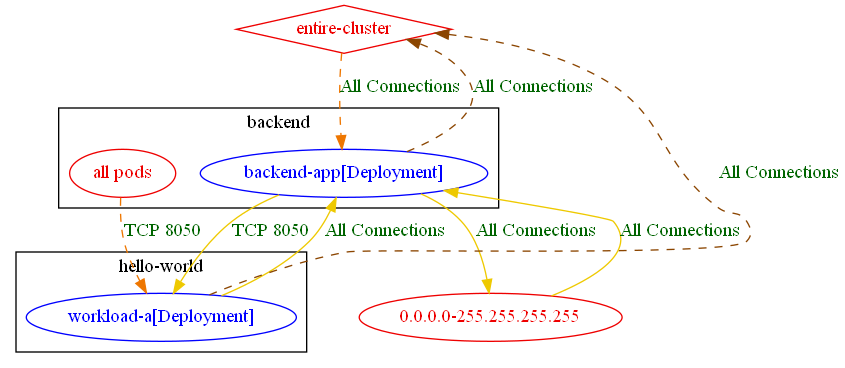
Earlier version of the Graphviz export test_outputs/connlist/exposure_test_conn_to_all_pods_in_an_existing_ns_exposure_output.dot.png (np-guard/netpol-analyzer). Its source is kept beside it as test_outputs/connlist/exposure_test_conn_to_all_pods_in_an_existing_ns_exposure_output.dot.
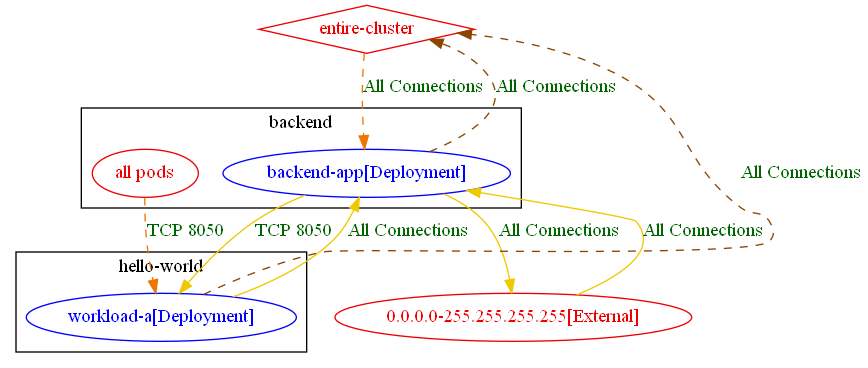
Above is the later version.

Diff of the diagram source:
```diff
@@ -12,11 +12,11 @@
 		"hello-world/workload-a[Deployment]" [label="workload-a[Deployment]" color="blue" fontcolor="blue"]
 		label="hello-world"
 	}
-	"0.0.0.0-255.255.255.255" [label="0.0.0.0-255.255.255.255" color="red2" fontcolor="red2"]
+	"0.0.0.0-255.255.255.255[External]" [label="0.0.0.0-255.255.255.255[External]" color="red2" fontcolor="red2"]
 	"entire-cluster" [label="entire-cluster" color="red2" fontcolor="red2" shape=diamond]
-	"0.0.0.0-255.255.255.255" -> "backend/backend-app[Deployment]" [label="All Connections" color="gold2" fontcolor="darkgreen" weight=0.5]
+	"0.0.0.0-255.255.255.255[External]" -> "backend/backend-app[Deployment]" [label="All Connections" color="gold2" fontcolor="darkgreen" weight=0.5]
 	"all pods_in_backend" -> "hello-world/workload-a[Deployment]" [label="TCP 8050" color="darkorange2" fontcolor="darkgreen" weight=1 style=dashed]
-	"backend/backend-app[Deployment]" -> "0.0.0.0-255.255.255.255" [label="All Connections" color="gold2" fontcolor="darkgreen" weight=1]
+	"backend/backend-app[Deployment]" -> "0.0.0.0-255.255.255.255[External]" [label="All Connections" color="gold2" fontcolor="darkgreen" weight=1]
 	"backend/backend-app[Deployment]" -> "entire-cluster" [label="All Connections" color="darkorange4" fontcolor="darkgreen" weight=0.5 style=dashed]
 	"backend/backend-app[Deployment]" -> "hello-world/workload-a[Deployment]" [label="TCP 8050" color="gold2" fontcolor="darkgreen" weight=0.5]
 	"entire-cluster" -> "backend/backend-app[Deployment]" [label="All Connections" color="darkorange2" fontcolor="darkgreen" weight=1 style=dashed]
```
